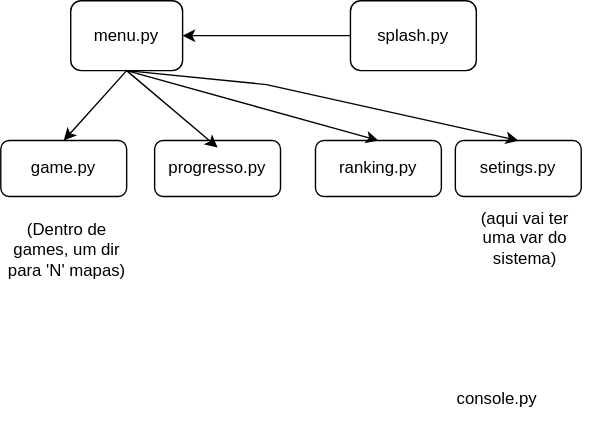
Earlier version of the draw.io export planjamento.drawio.svg (JJ-s-Rouguelike/Campanha). Source tidied: cells renumbered, new cells last; positions are measured from the earlier drawing's top-left corner, leaving out a move shared by most shapes.
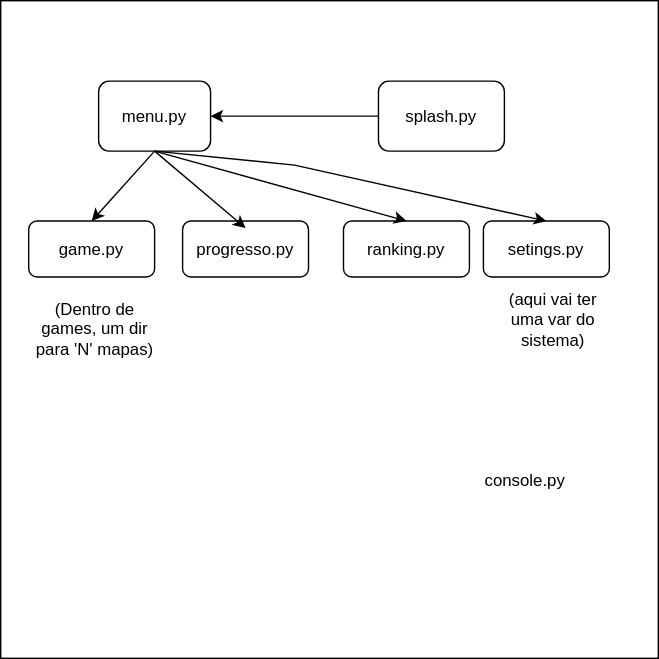
After the commit.

Commit message:
coloquei a mascara

Change to the diagram source:
```diff
@@ -2,6 +2,9 @@
   <root>
     <mxCell id="0" />
     <mxCell id="1" parent="0" />
+    <mxCell id="22" style="whiteSpace=wrap;html=1;" parent="1" vertex="1">
+      <mxGeometry x="-20" y="-57.5" width="470" height="470" as="geometry" />
+    </mxCell>
     <mxCell id="2" value="console.py" style="text;html=1;strokeColor=none;fillColor=none;align=center;verticalAlign=middle;whiteSpace=wrap;rounded=0;" parent="1" vertex="1">
       <mxGeometry x="325" y="270" width="60" height="30" as="geometry" />
     </mxCell>
```
